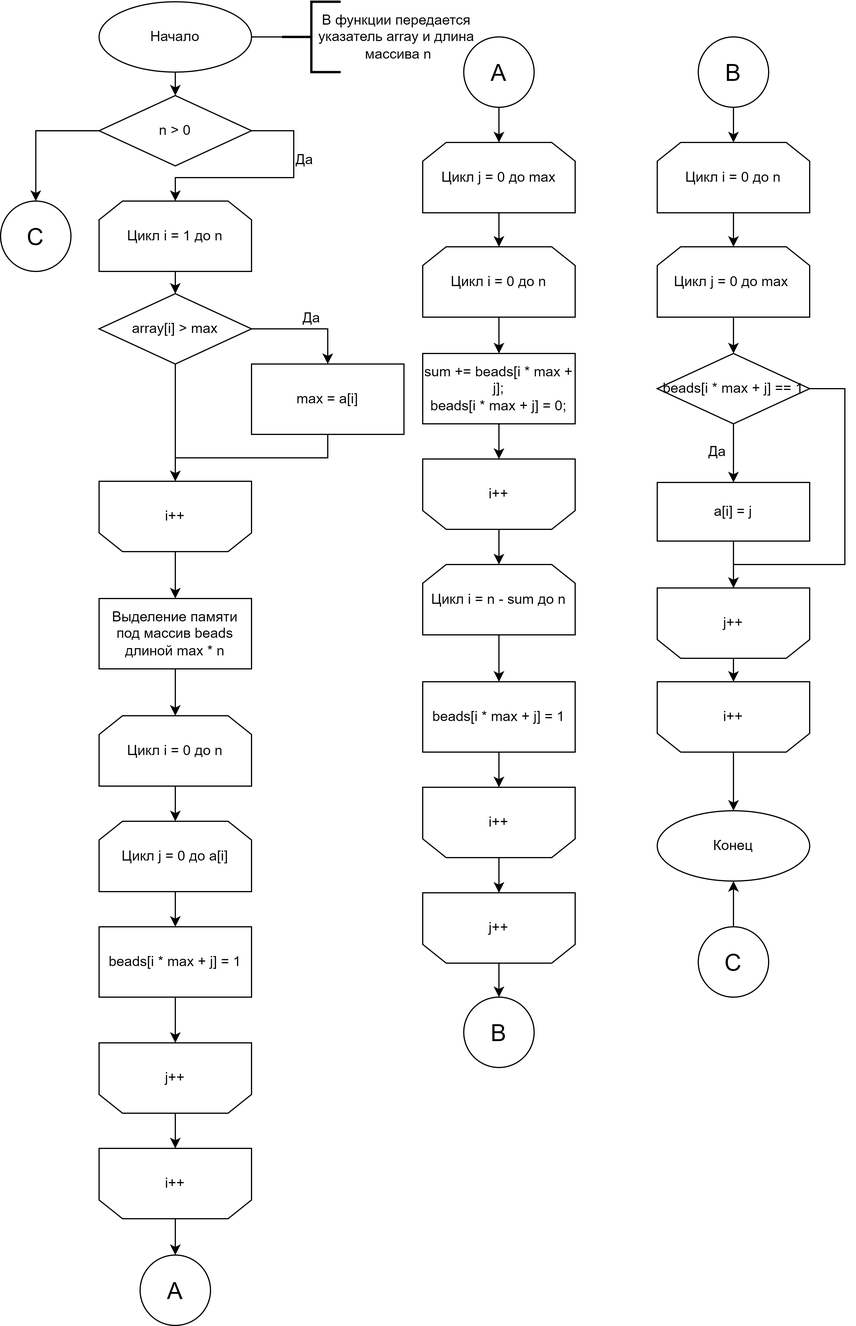
Earlier version of the draw.io export lab_03/docs/img/bead.png (Mansurow/bmstu-iu7-5sem-AA). Source tidied: cells renumbered, new cells last; positions are measured from the earlier drawing's top-left corner, leaving out a move shared by most shapes.
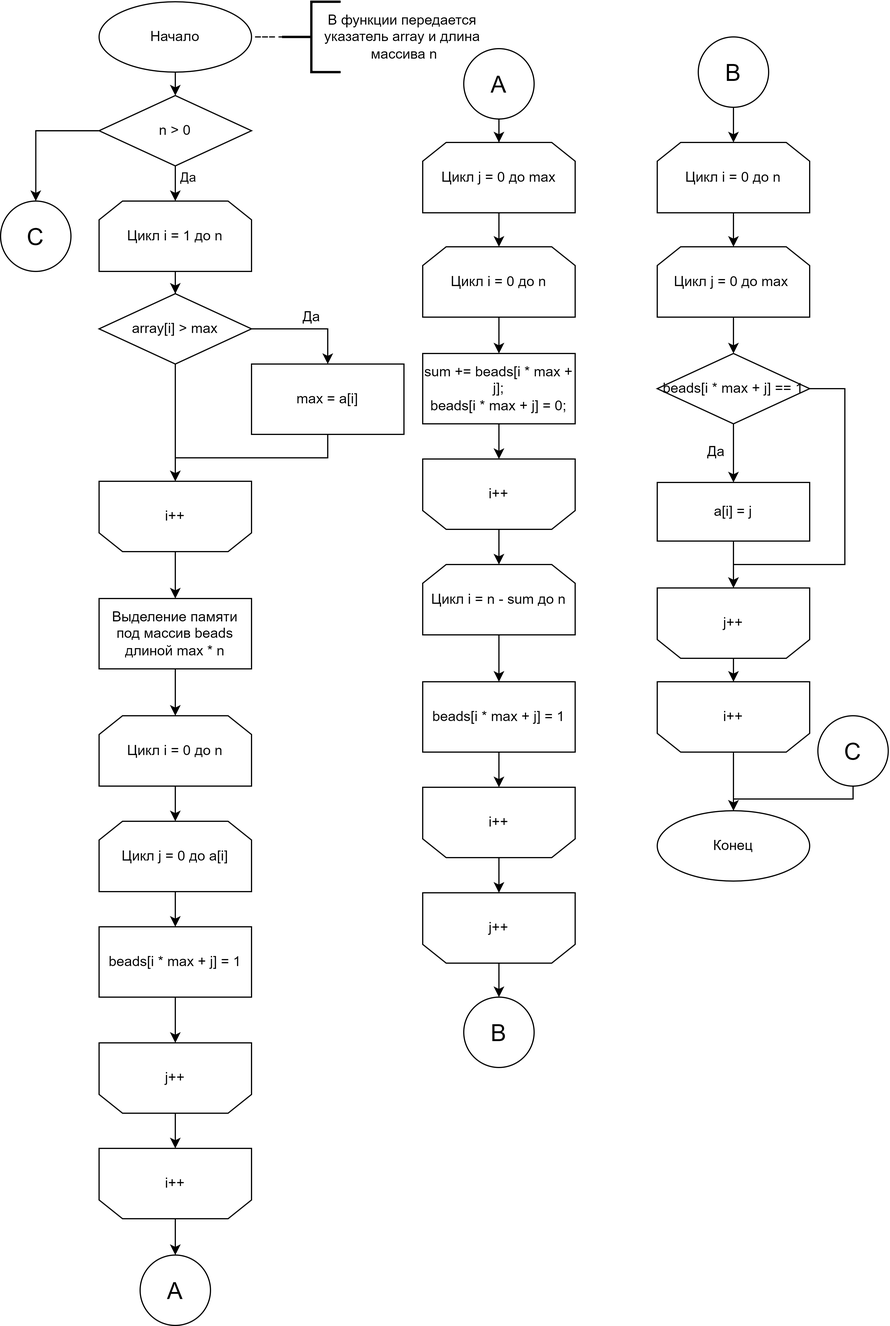
After the commit.

Change to the diagram source:
```diff
@@ -134,7 +134,7 @@
       <mxGeometry relative="1" as="geometry" />
     </mxCell>
     <mxCell id="45" value="&lt;font style=&quot;font-size: 20px;&quot;&gt;A&lt;/font&gt;" style="ellipse;whiteSpace=wrap;html=1;" parent="1" vertex="1">
-      <mxGeometry x="395" y="30" width="60" height="60" as="geometry" />
+      <mxGeometry x="395" y="40" width="60" height="60" as="geometry" />
     </mxCell>
     <mxCell id="46" style="edgeStyle=orthogonalEdgeStyle;rounded=0;jettySize=auto;html=1;exitX=0.5;exitY=1;exitDx=0;exitDy=0;fontSize=20;" parent="1" edge="1" source="47" target="49">
       <mxGeometry relative="1" as="geometry" />
@@ -195,43 +195,41 @@
     <mxCell id="62" value="&lt;span style=&quot;font-size: 20px;&quot;&gt;B&lt;/span&gt;" style="ellipse;whiteSpace=wrap;html=1;" parent="1" vertex="1">
       <mxGeometry x="595" y="30" width="60" height="60" as="geometry" />
     </mxCell>
+    <mxCell id="65" style="edgeStyle=orthogonalEdgeStyle;rounded=0;jettySize=auto;html=1;exitX=0;exitY=0.5;exitDx=0;exitDy=0;fontSize=20;" parent="1" edge="1" source="66" target="67">
+      <mxGeometry relative="1" as="geometry" />
+    </mxCell>
-    <mxCell id="63" style="edgeStyle=orthogonalEdgeStyle;rounded=0;jettySize=auto;html=1;exitX=1;exitY=0.5;exitDx=0;exitDy=0;entryX=0.5;entryY=0;entryDx=0;entryDy=0;fontSize=20;" parent="1" edge="1" source="66" target="6">
-      <mxGeometry relative="1" as="geometry">
-        <Array as="points">
-          <mxPoint x="250" y="110" />
-          <mxPoint x="250" y="150" />
-          <mxPoint x="149" y="150" />
-        </Array>
-      </mxGeometry>
+    <mxCell id="63" style="edgeStyle=orthogonalEdgeStyle;rounded=0;jettySize=auto;html=1;exitX=0.5;exitY=1;exitDx=0;exitDy=0;entryX=0.5;entryY=0;entryDx=0;entryDy=0;strokeColor=default;" parent="1" edge="1" source="66" target="6">
+      <mxGeometry relative="1" as="geometry" />
     </mxCell>
-    <mxCell id="64" value="&lt;font style=&quot;font-size: 12px;&quot;&gt;Да&lt;/font&gt;" style="edgeLabel;html=1;align=center;verticalAlign=middle;fontSize=20;" parent="63" vertex="1">
-      <mxGeometry x="-0.74" y="-3" relative="1" as="geometry">
-        <mxPoint x="19" y="17" as="offset" />
+    <mxCell id="64" value="Да" style="edgeLabel;html=1;align=center;verticalAlign=middle;" parent="63" vertex="1">
+      <mxGeometry x="0.13" y="1" relative="1" as="geometry">
+        <mxPoint x="10" y="-7" as="offset" />
       </mxGeometry>
     </mxCell>
-    <mxCell id="65" style="edgeStyle=orthogonalEdgeStyle;rounded=0;jettySize=auto;html=1;exitX=0;exitY=0.5;exitDx=0;exitDy=0;fontSize=20;" parent="1" edge="1" source="66" target="67">
-      <mxGeometry relative="1" as="geometry" />
-    </mxCell>
     <mxCell id="66" value="n &amp;gt; 0" style="rhombus;whiteSpace=wrap;html=1;" parent="1" vertex="1">
       <mxGeometry x="84" y="80" width="130" height="60" as="geometry" />
     </mxCell>
     <mxCell id="67" value="&lt;font style=&quot;font-size: 20px;&quot;&gt;С&lt;/font&gt;" style="ellipse;whiteSpace=wrap;html=1;" parent="1" vertex="1">
       <mxGeometry y="170" width="60" height="60" as="geometry" />
     </mxCell>
-    <mxCell id="68" style="edgeStyle=orthogonalEdgeStyle;rounded=0;jettySize=auto;html=1;entryX=0.5;entryY=1;entryDx=0;entryDy=0;entryPerimeter=0;fontSize=20;" parent="1" edge="1" source="69" target="4">
-      <mxGeometry relative="1" as="geometry" />
+    <mxCell id="68" style="edgeStyle=orthogonalEdgeStyle;rounded=0;jettySize=auto;html=1;entryX=0.5;entryY=0;entryDx=0;entryDy=0;entryPerimeter=0;fontSize=20;exitX=0.5;exitY=1;exitDx=0;exitDy=0;" parent="1" edge="1" source="69" target="4">
+      <mxGeometry relative="1" as="geometry">
+        <Array as="points">
+          <mxPoint x="625" y="680" />
+        </Array>
+      </mxGeometry>
     </mxCell>
     <mxCell id="69" value="&lt;span style=&quot;font-size: 20px;&quot;&gt;С&lt;/span&gt;" style="ellipse;whiteSpace=wrap;html=1;" parent="1" vertex="1">
-      <mxGeometry x="595" y="789" width="60" height="60" as="geometry" />
+      <mxGeometry x="697" y="609" width="60" height="60" as="geometry" />
     </mxCell>
-    <mxCell id="70" style="edgeStyle=orthogonalEdgeStyle;rounded=0;jettySize=auto;html=1;entryX=1;entryY=0.5;entryDx=0;entryDy=0;entryPerimeter=0;fontSize=12;endArrow=none;endFill=0;" parent="1" edge="1" source="71" target="3">
+    <mxCell id="70" style="edgeStyle=orthogonalEdgeStyle;rounded=0;jettySize=auto;html=1;entryX=1;entryY=0.5;entryDx=0;entryDy=0;entryPerimeter=0;fontSize=12;endArrow=none;endFill=0;strokeColor=default;dashed=1;" parent="1" edge="1" source="71" target="3">
       <mxGeometry relative="1" as="geometry" />
     </mxCell>
     <mxCell id="71" style="strokeWidth=2;html=1;shape=mxgraph.flowchart.annotation_2;align=left;labelPosition=right;rounded=0;" parent="1" vertex="1">
       <mxGeometry x="240" width="50" height="60" as="geometry" />
     </mxCell>
     <mxCell id="72" value="В функции передается&amp;nbsp;&lt;br&gt;указатель array и длина &lt;br&gt;массива n" style="text;html=1;align=center;verticalAlign=middle;strokeColor=none;fillColor=none;" parent="1" vertex="1">
-      <mxGeometry x="259" width="160" height="60" as="geometry" />
+      <mxGeometry x="264" width="160" height="60" as="geometry" />
     </mxCell>
   </root>
 </mxGraphModel>
```
